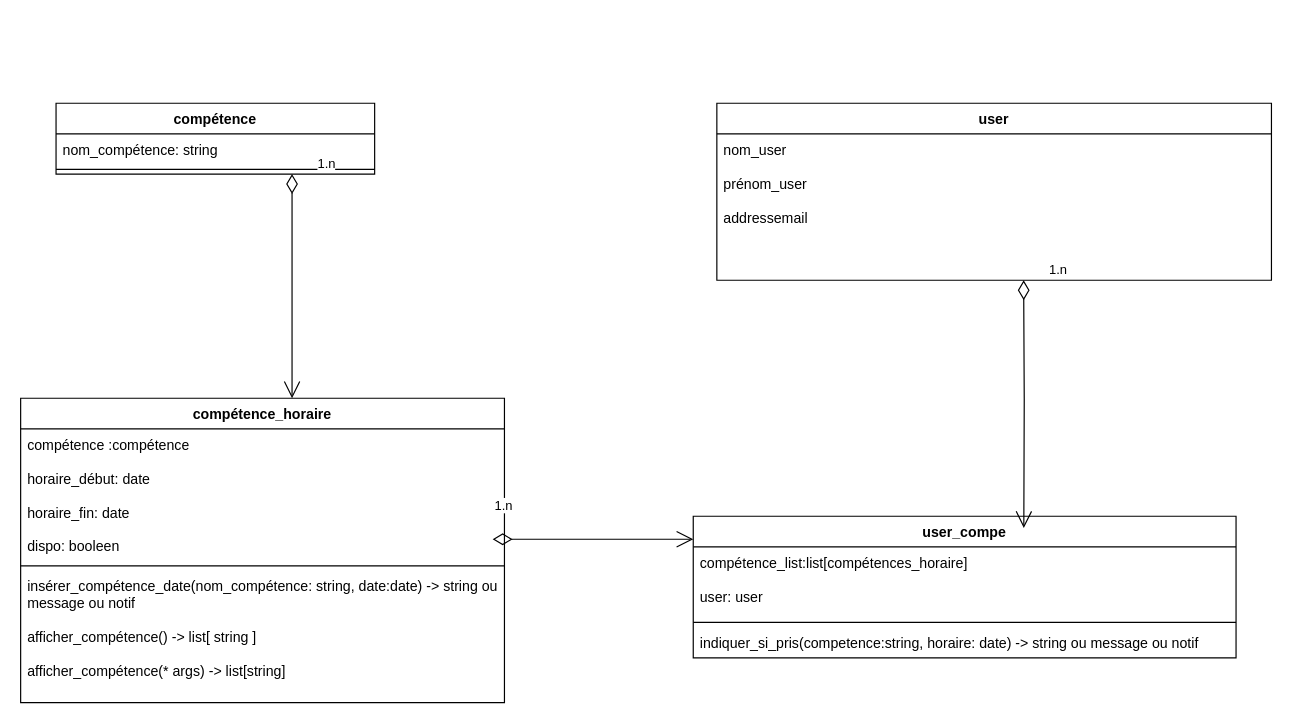
Above: diagrammes/diaggramme_classe_eval_django.drawio in damienlabbe45-lab/django_eval (draw.io), before the change. Source tidied: cells renumbered, new cells numbered last; positions are measured from the earlier drawing's top-left corner, leaving out a move shared by most shapes. Both pictures are drawn from the tidied source at 118%, with x=0, y=0 at pixel (20, 103).
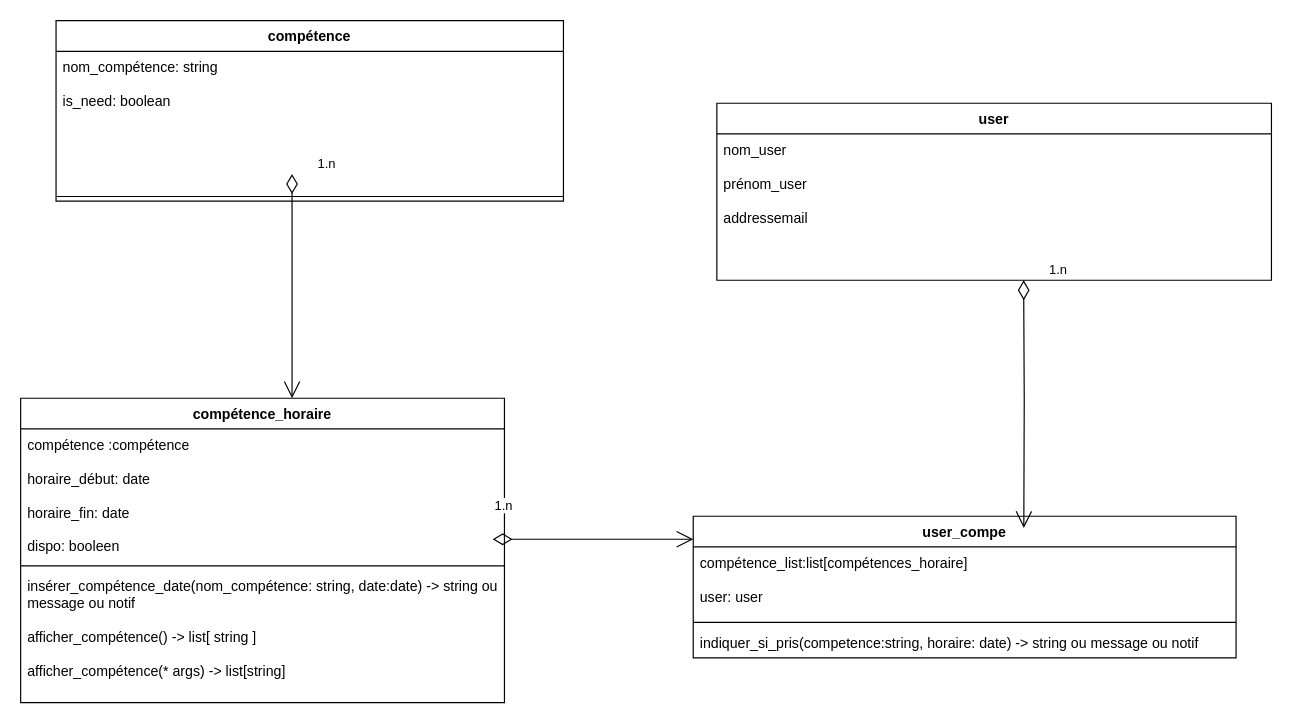
Above is the later version.

Commit message (it also covers changes not shown here):
modification des diagrammes de classe

Diff of the diagram source:
```diff
@@
     <mxCell id="2" value="compétence" style="swimlane;fontStyle=1;align=center;verticalAlign=top;horizontal=1;startSize=26;whiteSpace=wrap;html=1;" parent="1" vertex="1">
-      <mxGeometry x="30" width="270" height="60" as="geometry" />
+      <mxGeometry x="30" y="-70" width="430" height="153" as="geometry" />
     </mxCell>
-    <mxCell id="3" value="nom_compétence: string" style="text;strokeColor=none;fillColor=none;align=left;verticalAlign=top;spacingLeft=4;spacingRight=4;overflow=hidden;whiteSpace=wrap;html=1;" parent="2" vertex="1">
-      <mxGeometry y="26" width="270" height="26" as="geometry" />
+    <mxCell id="3" value="nom_compétence: string&lt;div&gt;&lt;br&gt;&lt;/div&gt;&lt;div&gt;is_need: boolean&lt;/div&gt;" style="text;strokeColor=none;fillColor=none;align=left;verticalAlign=top;spacingLeft=4;spacingRight=4;overflow=hidden;whiteSpace=wrap;html=1;" parent="2" vertex="1">
+      <mxGeometry y="26" width="430" height="119" as="geometry" />
     </mxCell>
     <mxCell id="4" style="line;strokeWidth=1;fillColor=none;align=left;verticalAlign=middle;spacingTop=-1;spacingLeft=3;spacingRight=3;labelPosition=right;strokeColor=inherit;" parent="2" vertex="1">
-      <mxGeometry y="52" width="270" height="8" as="geometry" />
+      <mxGeometry y="145" width="430" height="8" as="geometry" />
     </mxCell>
```
